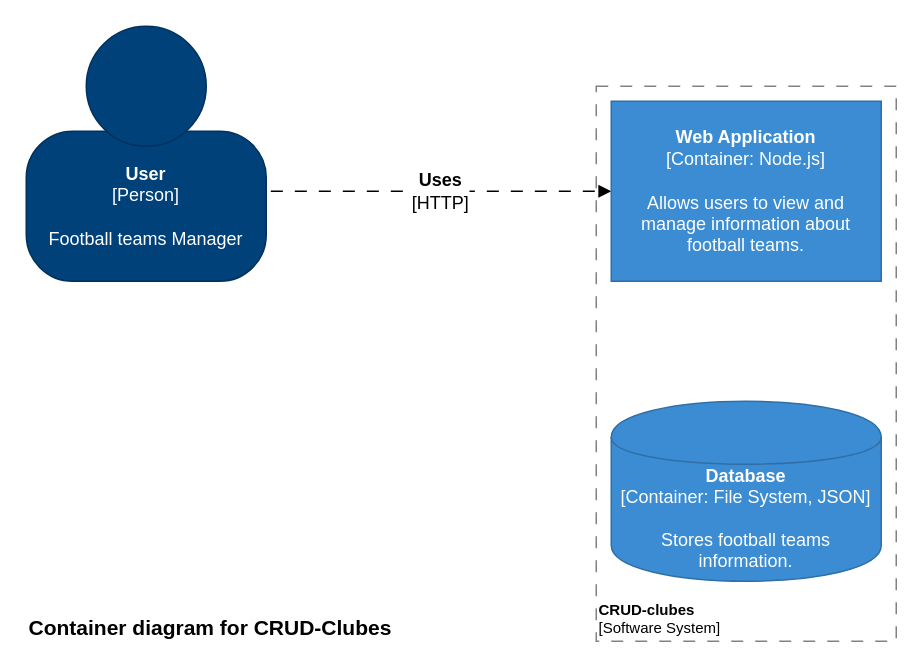
This is docs/crud-clubes-level-2-diagram.drawio from Leonelmarianog/crud-clubes, a draw.io file, before an edit. Source tidied: cells renumbered, new cells numbered last; positions are measured from the earlier drawing's top-left corner, leaving out a move shared by most shapes. Both pictures are drawn from the tidied source at 150%, with x=0, y=0 at pixel (26, 26).
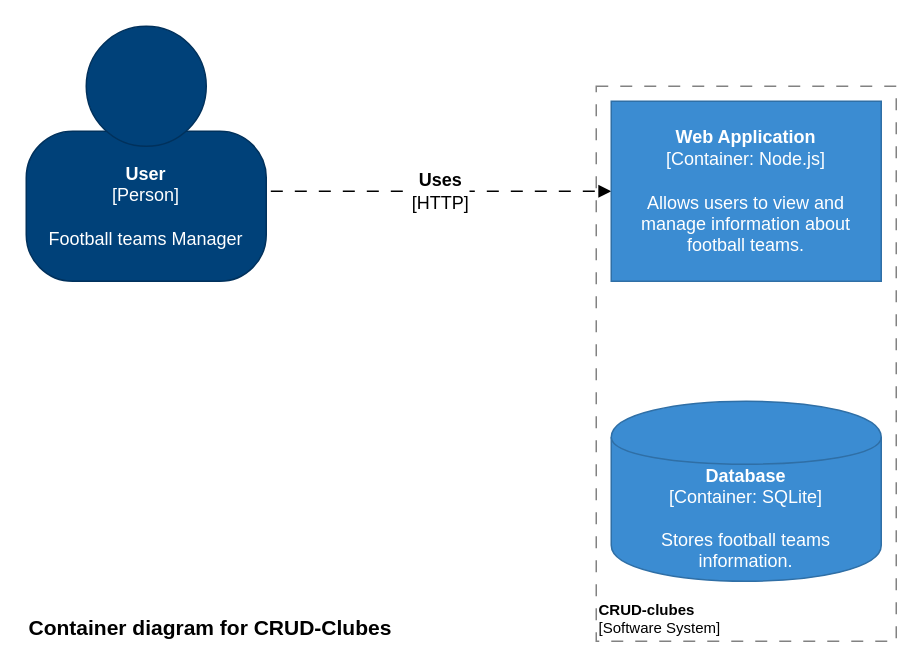
After the change.

The edit, as a diff of the source:
```diff
@@
 <mxGraphModel background="#ffffff">
   <root>
     <mxCell id="0" />
     <mxCell id="1" parent="0" />
     <mxCell id="2" style="group;fontSize=12;" parent="1" vertex="1">
       <mxGeometry width="160" height="170" as="geometry" />
     </mxCell>
     <mxCell id="3" value="&lt;div style=&quot;color: rgb(255 , 255 , 255) ; white-space: normal&quot;&gt;&lt;font style=&quot;font-size: 12px&quot;&gt;&lt;span&gt;&lt;b&gt;User&lt;/b&gt;&lt;/span&gt;&lt;/font&gt;&lt;/div&gt;&lt;div style=&quot;color: rgb(255 , 255 , 255) ; white-space: normal&quot;&gt;&lt;font style=&quot;font-size: 12px&quot;&gt;[Person]&lt;/font&gt;&lt;/div&gt;&lt;div style=&quot;color: rgb(255 , 255 , 255) ; white-space: normal&quot;&gt;&lt;font style=&quot;font-size: 12px&quot;&gt;&lt;span&gt;&lt;br&gt;&lt;/span&gt;&lt;/font&gt;&lt;/div&gt;&lt;div style=&quot;color: rgb(255 , 255 , 255) ; white-space: normal&quot;&gt;&lt;font style=&quot;font-size: 12px&quot;&gt;Football teams Manager&lt;br&gt;&lt;/font&gt;&lt;/div&gt;" style="rounded=1;whiteSpace=wrap;html=1;strokeColor=#00315C;fillColor=#004179;fontColor=#000000;arcSize=31;" parent="2" vertex="1">
       <mxGeometry y="70" width="160" height="100" as="geometry" />
     </mxCell>
     <mxCell id="4" style="ellipse;whiteSpace=wrap;html=1;strokeColor=#00315C;fillColor=#004179;fontColor=#000000;" parent="2" vertex="1">
       <mxGeometry x="40" width="80" height="80" as="geometry" />
     </mxCell>
     <mxCell id="5" value="&lt;b style=&quot;font-size: 12px;&quot;&gt;Uses&lt;/b&gt;&lt;br style=&quot;font-size: 12px;&quot;&gt;[HTTP]" style="endArrow=block;html=1;fontSize=12;strokeWidth=1;endFill=1;dashed=1;dashPattern=8 8;elbow=vertical;entryX=0;entryY=0.5;entryDx=0;entryDy=0;exitX=1.019;exitY=0.4;exitDx=0;exitDy=0;exitPerimeter=0;" parent="1" edge="1" source="3" target="9">
       <mxGeometry relative="1" as="geometry" />
     </mxCell>
     <mxCell id="6" value="Container diagram for CRUD-Clubes" style="text;html=1;align=left;verticalAlign=top;spacingTop=-4;fontSize=14;fontStyle=1;" parent="1" vertex="1">
       <mxGeometry y="390" width="270" height="20" as="geometry" />
     </mxCell>
     <mxCell id="7" value="&lt;font style=&quot;font-size: 10px&quot;&gt;&lt;b&gt;CRUD-clubes&lt;/b&gt;&lt;br style=&quot;font-size: 10px&quot;&gt;[Software System]&lt;/font&gt;" style="rounded=0;whiteSpace=wrap;html=1;strokeColor=#828282;fillColor=none;fontColor=#000000;align=left;labelPosition=center;verticalLabelPosition=middle;verticalAlign=bottom;dashed=1;strokeWidth=1;perimeterSpacing=0;spacing=2;spacingTop=0;fontSize=10;dashPattern=8 8;" parent="1" vertex="1">
       <mxGeometry x="380" y="40" width="200" height="370" as="geometry" />
     </mxCell>
-    <mxCell id="8" value="&lt;div style=&quot;color: rgb(255 , 255 , 255) ; white-space: normal ; font-size: 12px&quot;&gt;&lt;span style=&quot;font-size: 12px&quot;&gt;&lt;b style=&quot;font-size: 12px&quot;&gt;Database&lt;br style=&quot;font-size: 12px&quot;&gt;&lt;/b&gt;&lt;/span&gt;&lt;/div&gt;&lt;div style=&quot;color: rgb(255 , 255 , 255) ; font-size: 12px ; white-space: normal&quot;&gt;&lt;font style=&quot;font-size: 12px&quot;&gt;[Container: File System, JSON]&lt;/font&gt;&lt;/div&gt;&lt;div style=&quot;color: rgb(255 , 255 , 255) ; white-space: normal ; font-size: 12px&quot;&gt;&lt;font style=&quot;line-height: 9.6px ; font-size: 12px&quot;&gt;&lt;br style=&quot;font-size: 12px&quot;&gt;&lt;/font&gt;&lt;/div&gt;&lt;div style=&quot;color: rgb(255 , 255 , 255) ; white-space: normal ; font-size: 12px&quot;&gt;Stores football teams information.&lt;/div&gt;" style="shape=cylinder;whiteSpace=wrap;html=1;boundedLbl=1;backgroundOutline=1;strokeColor=#2F6FA6;strokeWidth=1;fillColor=#3B8CD2;fontSize=12;fontColor=#000000;align=center;" parent="1" vertex="1">
+    <mxCell id="8" value="&lt;div style=&quot;color: rgb(255 , 255 , 255) ; white-space: normal ; font-size: 12px&quot;&gt;&lt;span style=&quot;font-size: 12px&quot;&gt;&lt;b style=&quot;font-size: 12px&quot;&gt;Database&lt;br style=&quot;font-size: 12px&quot;&gt;&lt;/b&gt;&lt;/span&gt;&lt;/div&gt;&lt;div style=&quot;color: rgb(255 , 255 , 255) ; font-size: 12px ; white-space: normal&quot;&gt;&lt;font style=&quot;font-size: 12px&quot;&gt;[Container: SQLite]&lt;/font&gt;&lt;/div&gt;&lt;div style=&quot;color: rgb(255 , 255 , 255) ; white-space: normal ; font-size: 12px&quot;&gt;&lt;font style=&quot;line-height: 9.6px ; font-size: 12px&quot;&gt;&lt;br style=&quot;font-size: 12px&quot;&gt;&lt;/font&gt;&lt;/div&gt;&lt;div style=&quot;color: rgb(255 , 255 , 255) ; white-space: normal ; font-size: 12px&quot;&gt;Stores football teams information.&lt;/div&gt;" style="shape=cylinder;whiteSpace=wrap;html=1;boundedLbl=1;backgroundOutline=1;strokeColor=#2F6FA6;strokeWidth=1;fillColor=#3B8CD2;fontSize=12;fontColor=#000000;align=center;" parent="1" vertex="1">
       <mxGeometry x="390" y="250" width="180" height="120" as="geometry" />
     </mxCell>
     <mxCell id="9" value="&lt;div style=&quot;font-size: 12px;&quot;&gt;&lt;span style=&quot;font-size: 12px;&quot;&gt;&lt;b style=&quot;font-size: 12px;&quot;&gt;Web Application&lt;br style=&quot;font-size: 12px;&quot;&gt;&lt;/b&gt;&lt;/span&gt;&lt;/div&gt;&lt;div style=&quot;font-size: 12px;&quot;&gt;&lt;span style=&quot;font-size: 12px;&quot;&gt;[Container: Node.js]&lt;/span&gt;&lt;/div&gt;&lt;div style=&quot;font-size: 12px;&quot;&gt;&lt;span style=&quot;font-size: 12px;&quot;&gt;&lt;br style=&quot;font-size: 12px;&quot;&gt;&lt;/span&gt;&lt;/div&gt;&lt;div style=&quot;font-size: 12px;&quot;&gt;&lt;font style=&quot;font-size: 12px;&quot;&gt;Allows users to view and manage information about football teams.&lt;br style=&quot;font-size: 12px;&quot;&gt;&lt;/font&gt;&lt;/div&gt;" style="rounded=0;whiteSpace=wrap;html=1;fillColor=#3B8CD2;fontColor=#FFFFFF;strokeColor=#2F6FA6;fontSize=12;" parent="1" vertex="1">
       <mxGeometry x="390" y="50" width="180" height="120" as="geometry" />
     </mxCell>
   </root>
 </mxGraphModel>
```
